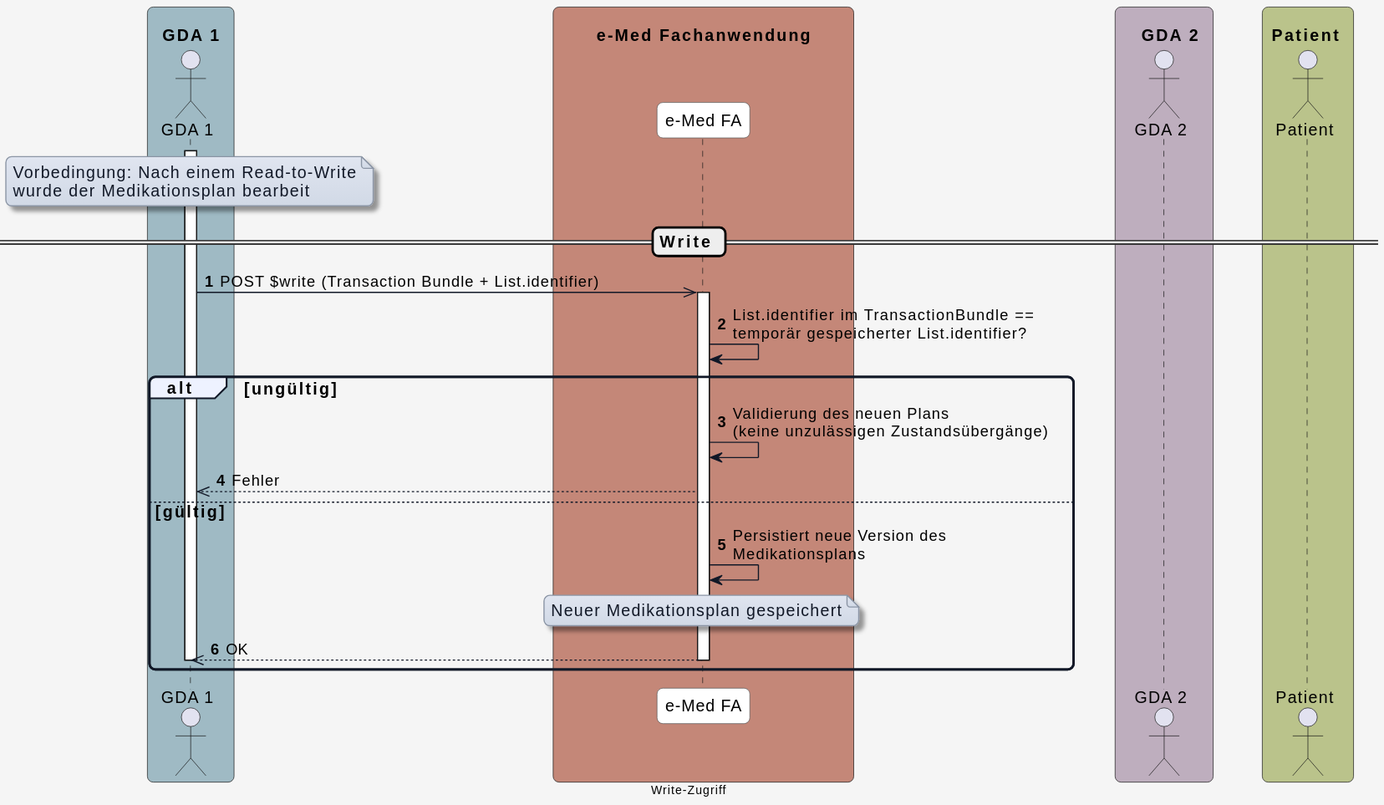
HL7Austria/hl7austria.github.io keeps this PlantUML diagram as r4-ELGA-e-Medikation-main/plantuml/diagram_write.svg. Above is the earlier version. Source of this version:
```plantuml
@startuml
skinparam borderColor #000000
skinparam backgroundColor #f5f5f5
skinparam shadowing false
skinparam roundCorner 10
skinparam defaultFontName "Arial"
skinparam defaultFontSize 14
skinparam defaultFontColor #000000

skinparam note {
  BackgroundColor #e0e5f0-#d1d9e6
  BorderColor #8b95a5
  BorderThickness 1
  RoundCorner 8
  Padding 6
  FontColor #111827
  Shadowing true
}

skinparam HyperlinkColor #0000EE
skinparam HyperlinkUnderline false

skinparam sequence {
  ParticipantBorderColor #555555
  ParticipantBackgroundColor #ffffff
  ParticipantFontColor #000000
  ParticipantFontSize 14
  ParticipantPadding 20
  ArrowColor #111827
  ArrowThickness 1
  ArrowFontColor #000000
  ArrowFontSize 13
  GroupBorderColor #111827
  GroupBackgroundColor #eef2ff
  GroupBorderThickness 2
}

skinparam BoxPadding 20
skinparam BoxBorderColor #555555

box "\n  GDA 1  " #9fbac4
  actor GDA_1 as "GDA 1"
end box

box "\n       e-Med Fachanwendung       " #C48778
  participant eMed_FA as "e-Med FA"
end box

box "\n    GDA 2  " #beaebe
  actor GDA_2 as "GDA 2"
end box

box "\n Patient  " #bac38b
  actor Patient as "Patient"
end box


autonumber

activate GDA_1

note over GDA_1
Vorbedingung: Nach einem Read-to-Write
wurde der Medikationsplan bearbeit
end note

== Write ==

GDA_1 ->> eMed_FA: POST $write (Transaction Bundle + List.identifier)

activate eMed_FA
eMed_FA -> eMed_FA: List.identifier im TransactionBundle ==\ntemporär gespeicherter List.identifier?

alt ungültig
  eMed_FA -> eMed_FA: Validierung des neuen Plans\n(keine unzulässigen Zustandsübergänge)
  eMed_FA -->> GDA_1: Fehler

else gültig
  eMed_FA -> eMed_FA: Persistiert neue Version des\nMedikationsplans

  note over eMed_FA
  Neuer Medikationsplan gespeichert
  end note

  eMed_FA -->> GDA_1: OK
  deactivate GDA_1
  deactivate eMed_FA
end

center footer Write-Zugriff
@enduml
```
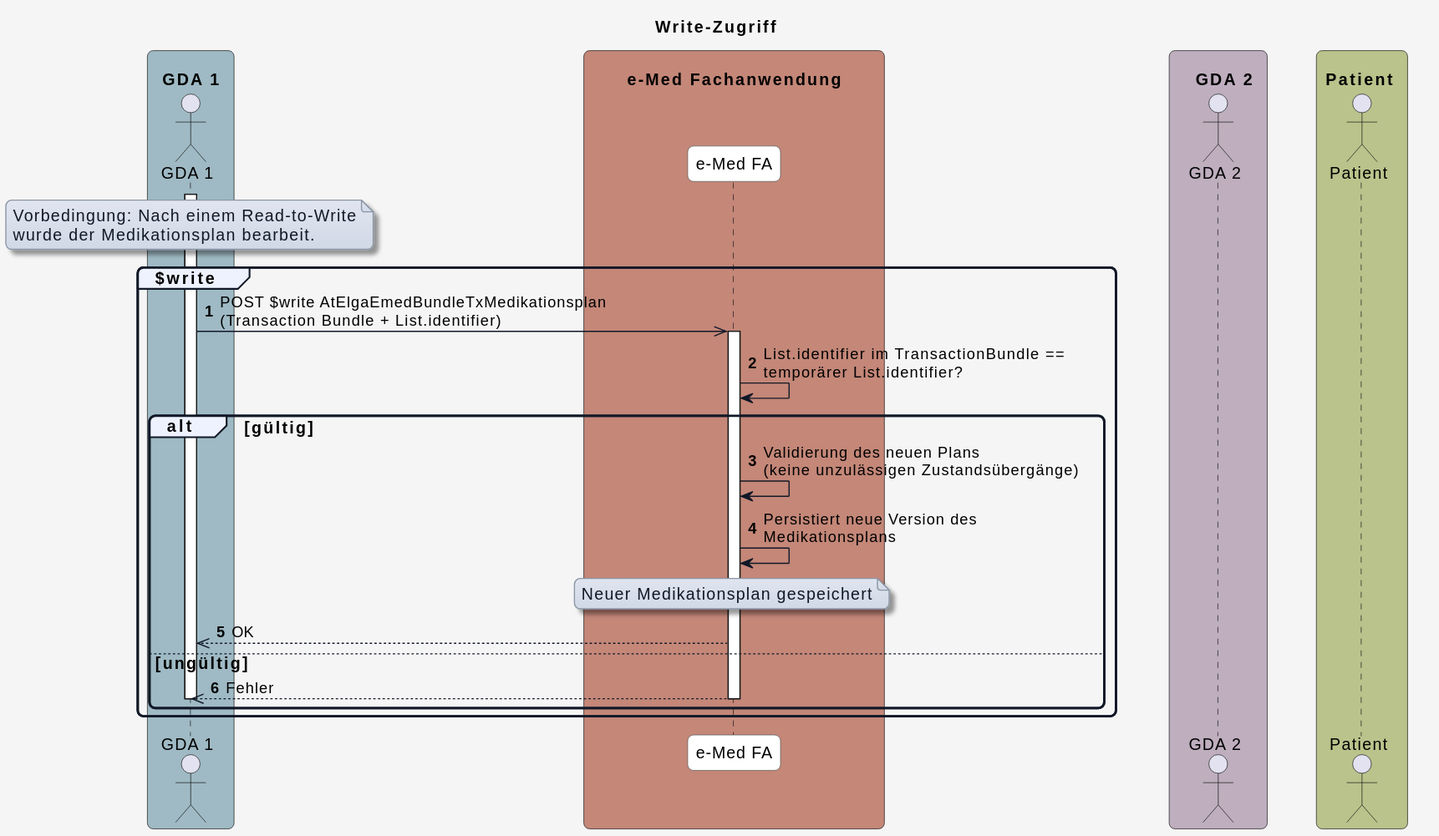
Later version of the same file.

What changed in the source:
```diff
@@ -1,4 +1,5 @@
 @startuml
+title Write-Zugriff
 skinparam borderColor #000000
 skinparam backgroundColor #f5f5f5
 skinparam shadowing false
@@ -61,31 +62,33 @@
 
 note over GDA_1
 Vorbedingung: Nach einem Read-to-Write
-wurde der Medikationsplan bearbeit
+wurde der Medikationsplan bearbeit.
 end note
 
-== Write ==
+group $write
 
-GDA_1 ->> eMed_FA: POST $write (Transaction Bundle + List.identifier)
+  GDA_1 ->> eMed_FA: POST $write AtElgaEmedBundleTxMedikationsplan\n(Transaction Bundle + List.identifier)
 
-activate eMed_FA
-eMed_FA -> eMed_FA: List.identifier im TransactionBundle ==\ntemporär gespeicherter List.identifier?
+  activate eMed_FA
+  eMed_FA -> eMed_FA: List.identifier im TransactionBundle ==\ntemporärer List.identifier?
 
-alt ungültig
-  eMed_FA -> eMed_FA: Validierung des neuen Plans\n(keine unzulässigen Zustandsübergänge)
-  eMed_FA -->> GDA_1: Fehler
+  alt gültig
+    eMed_FA -> eMed_FA: Validierung des neuen Plans\n(keine unzulässigen Zustandsübergänge)
+    eMed_FA -> eMed_FA: Persistiert neue Version des\nMedikationsplans
 
-else gültig
-  eMed_FA -> eMed_FA: Persistiert neue Version des\nMedikationsplans
+    note over eMed_FA
+    Neuer Medikationsplan gespeichert
+    end note
 
-  note over eMed_FA
-  Neuer Medikationsplan gespeichert
-  end note
+    eMed_FA -->> GDA_1: OK
 
-  eMed_FA -->> GDA_1: OK
-  deactivate GDA_1
-  deactivate eMed_FA
+  else ungültig
+
+    eMed_FA -->> GDA_1: Fehler
+
+    deactivate GDA_1
+    deactivate eMed_FA
+  end
+
 end
-
-center footer Write-Zugriff
 @enduml
```
